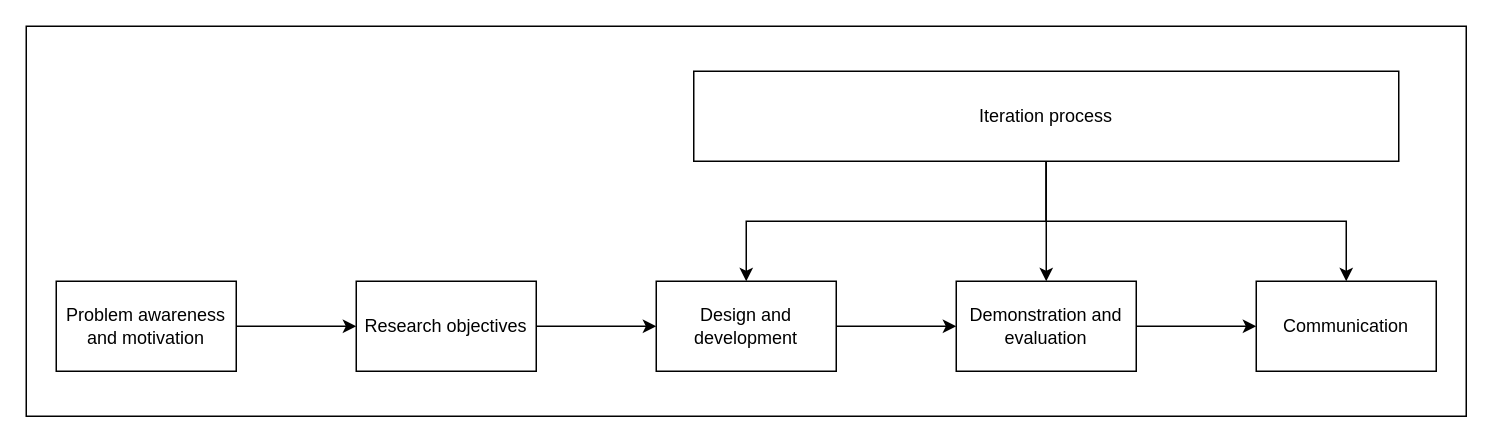
Scharlett/thesis_metamodel keeps this draw.io diagram as Documents/Untitled Diagram.drawio. Above is the earlier version. Source tidied: cells renumbered, new cells numbered last; positions are measured from the earlier drawing's top-left corner, leaving out a move shared by most shapes. Both pictures are drawn from the tidied source at 150%, with x=0, y=0 at pixel (26, 26).
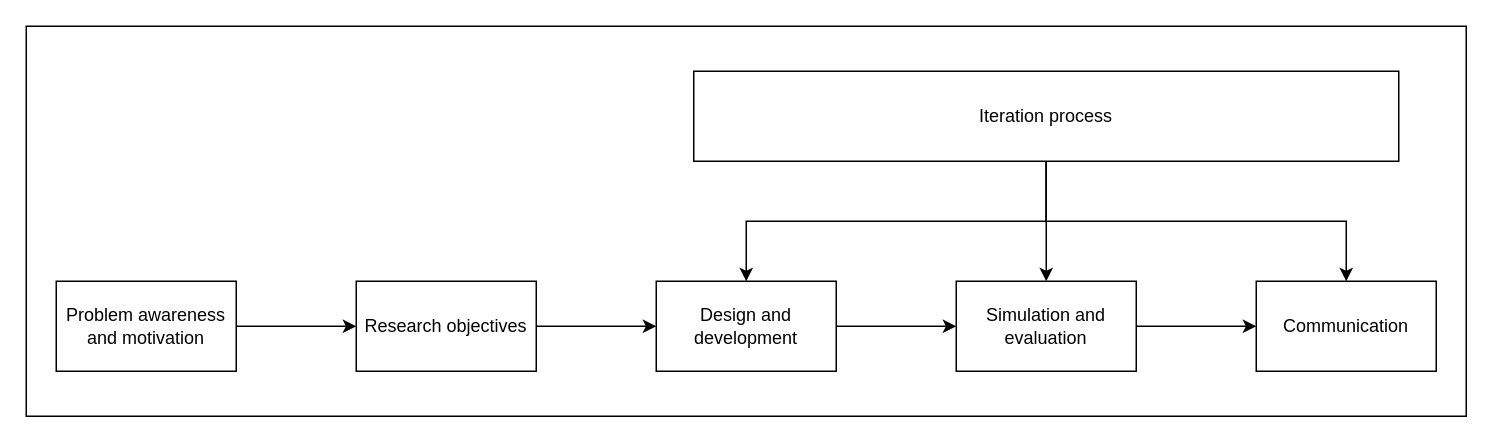
The same diagram, later.

Diff of the diagram source:
```diff
@@
 <mxGraphModel>
   <root>
     <mxCell id="0" />
     <mxCell id="1" parent="0" />
     <mxCell id="2" style="rounded=0;whiteSpace=wrap;html=1;" parent="1" vertex="1">
       <mxGeometry width="960" height="260" as="geometry" />
     </mxCell>
     <mxCell id="3" style="edgeStyle=orthogonalEdgeStyle;rounded=0;jettySize=auto;html=1;" parent="1" edge="1" source="4" target="6">
       <mxGeometry relative="1" as="geometry" />
     </mxCell>
     <mxCell id="4" value="Problem awareness and motivation" style="rounded=0;whiteSpace=wrap;html=1;" parent="1" vertex="1">
       <mxGeometry x="20" y="170" width="120" height="60" as="geometry" />
     </mxCell>
     <mxCell id="5" style="edgeStyle=orthogonalEdgeStyle;rounded=0;jettySize=auto;html=1;" parent="1" edge="1" source="6" target="8">
       <mxGeometry relative="1" as="geometry" />
     </mxCell>
     <mxCell id="6" value="Research objectives" style="whiteSpace=wrap;html=1;rounded=0;" parent="1" vertex="1">
       <mxGeometry x="220" y="170" width="120" height="60" as="geometry" />
     </mxCell>
     <mxCell id="7" style="edgeStyle=orthogonalEdgeStyle;rounded=0;jettySize=auto;html=1;" parent="1" edge="1" source="8" target="10">
       <mxGeometry relative="1" as="geometry" />
     </mxCell>
     <mxCell id="8" value="Design and development" style="whiteSpace=wrap;html=1;rounded=0;" parent="1" vertex="1">
       <mxGeometry x="420" y="170" width="120" height="60" as="geometry" />
     </mxCell>
     <mxCell id="9" style="edgeStyle=orthogonalEdgeStyle;rounded=0;jettySize=auto;html=1;" parent="1" edge="1" source="10" target="11">
       <mxGeometry relative="1" as="geometry" />
     </mxCell>
-    <mxCell id="10" value="Demonstration and evaluation" style="whiteSpace=wrap;html=1;rounded=0;" parent="1" vertex="1">
+    <mxCell id="10" value="Simulation and evaluation" style="whiteSpace=wrap;html=1;rounded=0;" parent="1" vertex="1">
       <mxGeometry x="620" y="170" width="120" height="60" as="geometry" />
     </mxCell>
     <mxCell id="11" value="Communication" style="whiteSpace=wrap;html=1;rounded=0;" parent="1" vertex="1">
       <mxGeometry x="820" y="170" width="120" height="60" as="geometry" />
     </mxCell>
     <mxCell id="12" style="edgeStyle=orthogonalEdgeStyle;rounded=0;jettySize=auto;html=1;entryX=0.5;entryY=0;entryDx=0;entryDy=0;" parent="1" edge="1" source="15" target="8">
       <mxGeometry relative="1" as="geometry" />
     </mxCell>
     <mxCell id="13" style="edgeStyle=orthogonalEdgeStyle;rounded=0;jettySize=auto;html=1;" parent="1" edge="1" source="15" target="10">
       <mxGeometry relative="1" as="geometry" />
     </mxCell>
     <mxCell id="14" style="edgeStyle=orthogonalEdgeStyle;rounded=0;jettySize=auto;html=1;" parent="1" edge="1" source="15" target="11">
       <mxGeometry relative="1" as="geometry" />
     </mxCell>
     <mxCell id="15" value="Iteration process" style="whiteSpace=wrap;html=1;rounded=0;" parent="1" vertex="1">
       <mxGeometry x="445" y="30" width="470" height="60" as="geometry" />
     </mxCell>
   </root>
 </mxGraphModel>
```
